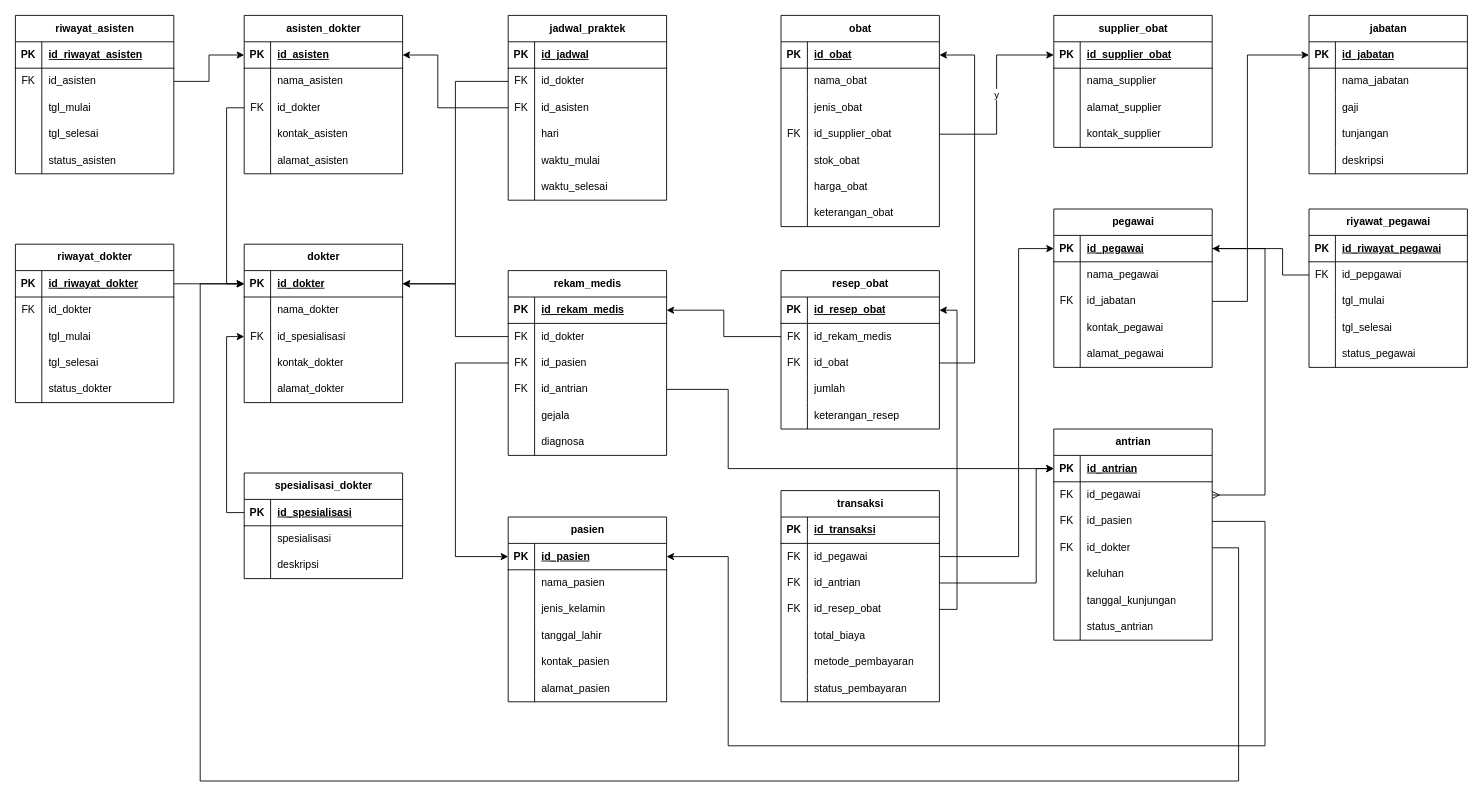
The draw.io diagram PDM_Klinik.drawio in elikawicaksana/BuildIT_BasisData, before the edit. Source tidied: cells renumbered, new cells numbered last; positions are measured from the earlier drawing's top-left corner, leaving out a move shared by most shapes. Both pictures are drawn from the tidied source at 88%, with x=0, y=0 at pixel (15, 15).
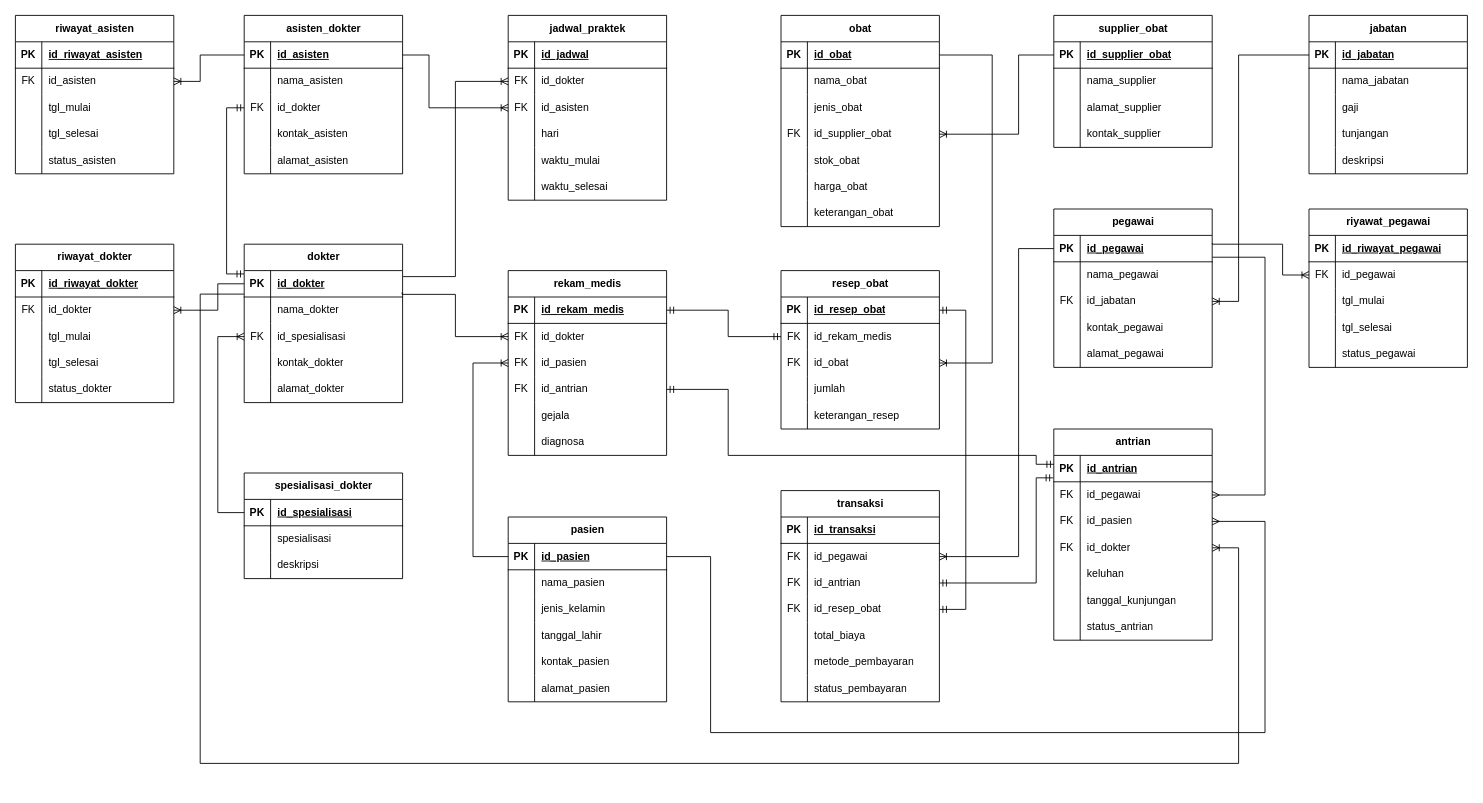
The same page after the edit.

The change refers to these unchanged cells:
```xml
<mxCell id="3" style="shape=tableRow;horizontal=0;startSize=0;swimlaneHead=0;swimlaneBody=0;fillColor=none;points=[[0,0.5],[1,0.5]];portConstraint=eastwest;top=0;left=0;right=0;bottom=1;" parent="2" vertex="1">
<mxCell id="9" style="shape=tableRow;horizontal=0;startSize=0;swimlaneHead=0;swimlaneBody=0;fillColor=none;points=[[0,0.5],[1,0.5]];portConstraint=eastwest;top=0;left=0;right=0;bottom=0;" parent="2" vertex="1">
<mxCell id="19" style="shape=tableRow;horizontal=0;startSize=0;swimlaneHead=0;swimlaneBody=0;fillColor=none;points=[[0,0.5],[1,0.5]];portConstraint=eastwest;top=0;left=0;right=0;bottom=1;" parent="18" vertex="1">
<mxCell id="25" style="shape=tableRow;horizontal=0;startSize=0;swimlaneHead=0;swimlaneBody=0;fillColor=none;points=[[0,0.5],[1,0.5]];portConstraint=eastwest;top=0;left=0;right=0;bottom=0;" parent="18" vertex="1">
<mxCell id="35" style="shape=tableRow;horizontal=0;startSize=0;swimlaneHead=0;swimlaneBody=0;fillColor=none;points=[[0,0.5],[1,0.5]];portConstraint=eastwest;top=0;left=0;right=0;bottom=1;" parent="34" vertex="1">
<mxCell id="48" style="shape=tableRow;horizontal=0;startSize=0;swimlaneHead=0;swimlaneBody=0;fillColor=none;points=[[0,0.5],[1,0.5]];portConstraint=eastwest;top=0;left=0;right=0;bottom=0;" parent="44" vertex="1">
<mxCell id="51" style="shape=tableRow;horizontal=0;startSize=0;swimlaneHead=0;swimlaneBody=0;fillColor=none;points=[[0,0.5],[1,0.5]];portConstraint=eastwest;top=0;left=0;right=0;bottom=0;" parent="44" vertex="1">
<mxCell id="64" style="shape=tableRow;horizontal=0;startSize=0;swimlaneHead=0;swimlaneBody=0;fillColor=none;points=[[0,0.5],[1,0.5]];portConstraint=eastwest;top=0;left=0;right=0;bottom=1;" parent="63" vertex="1">
<mxCell id="83" style="shape=tableRow;horizontal=0;startSize=0;swimlaneHead=0;swimlaneBody=0;fillColor=none;points=[[0,0.5],[1,0.5]];portConstraint=eastwest;top=0;left=0;right=0;bottom=1;" parent="82" vertex="1">
<mxCell id="89" style="shape=tableRow;horizontal=0;startSize=0;swimlaneHead=0;swimlaneBody=0;fillColor=none;points=[[0,0.5],[1,0.5]];portConstraint=eastwest;top=0;left=0;right=0;bottom=0;" parent="82" vertex="1">
<mxCell id="99" style="shape=tableRow;horizontal=0;startSize=0;swimlaneHead=0;swimlaneBody=0;fillColor=none;points=[[0,0.5],[1,0.5]];portConstraint=eastwest;top=0;left=0;right=0;bottom=1;" parent="98" vertex="1">
<mxCell id="115" style="shape=tableRow;horizontal=0;startSize=0;swimlaneHead=0;swimlaneBody=0;fillColor=none;points=[[0,0.5],[1,0.5]];portConstraint=eastwest;top=0;left=0;right=0;bottom=1;" parent="114" vertex="1">
<mxCell id="118" style="shape=tableRow;horizontal=0;startSize=0;swimlaneHead=0;swimlaneBody=0;fillColor=none;points=[[0,0.5],[1,0.5]];portConstraint=eastwest;top=0;left=0;right=0;bottom=0;" parent="114" vertex="1">
<mxCell id="121" style="shape=tableRow;horizontal=0;startSize=0;swimlaneHead=0;swimlaneBody=0;fillColor=none;points=[[0,0.5],[1,0.5]];portConstraint=eastwest;top=0;left=0;right=0;bottom=0;" parent="114" vertex="1">
<mxCell id="124" style="shape=tableRow;horizontal=0;startSize=0;swimlaneHead=0;swimlaneBody=0;fillColor=none;points=[[0,0.5],[1,0.5]];portConstraint=eastwest;top=0;left=0;right=0;bottom=0;" parent="114" vertex="1">
<mxCell id="134" style="shape=tableRow;horizontal=0;startSize=0;swimlaneHead=0;swimlaneBody=0;fillColor=none;points=[[0,0.5],[1,0.5]];portConstraint=eastwest;top=0;left=0;right=0;bottom=1;" parent="133" vertex="1">
<mxCell id="137" style="shape=tableRow;horizontal=0;startSize=0;swimlaneHead=0;swimlaneBody=0;fillColor=none;points=[[0,0.5],[1,0.5]];portConstraint=eastwest;top=0;left=0;right=0;bottom=0;" parent="133" vertex="1">
<mxCell id="140" style="shape=tableRow;horizontal=0;startSize=0;swimlaneHead=0;swimlaneBody=0;fillColor=none;points=[[0,0.5],[1,0.5]];portConstraint=eastwest;top=0;left=0;right=0;bottom=0;" parent="133" vertex="1">
<mxCell id="143" style="shape=tableRow;horizontal=0;startSize=0;swimlaneHead=0;swimlaneBody=0;fillColor=none;points=[[0,0.5],[1,0.5]];portConstraint=eastwest;top=0;left=0;right=0;bottom=0;" parent="133" vertex="1">
<mxCell id="156" style="shape=tableRow;horizontal=0;startSize=0;swimlaneHead=0;swimlaneBody=0;fillColor=none;points=[[0,0.5],[1,0.5]];portConstraint=eastwest;top=0;left=0;right=0;bottom=1;" parent="155" vertex="1">
<mxCell id="165" style="shape=tableRow;horizontal=0;startSize=0;swimlaneHead=0;swimlaneBody=0;fillColor=none;points=[[0,0.5],[1,0.5]];portConstraint=eastwest;top=0;left=0;right=0;bottom=0;" parent="155" vertex="1">
<mxCell id="178" style="shape=tableRow;horizontal=0;startSize=0;swimlaneHead=0;swimlaneBody=0;fillColor=none;points=[[0,0.5],[1,0.5]];portConstraint=eastwest;top=0;left=0;right=0;bottom=1;" parent="177" vertex="1">
<mxCell id="191" style="shape=tableRow;horizontal=0;startSize=0;swimlaneHead=0;swimlaneBody=0;fillColor=none;points=[[0,0.5],[1,0.5]];portConstraint=eastwest;top=0;left=0;right=0;bottom=1;" parent="190" vertex="1">
<mxCell id="194" style="shape=tableRow;horizontal=0;startSize=0;swimlaneHead=0;swimlaneBody=0;fillColor=none;points=[[0,0.5],[1,0.5]];portConstraint=eastwest;top=0;left=0;right=0;bottom=0;" parent="190" vertex="1">
<mxCell id="197" style="shape=tableRow;horizontal=0;startSize=0;swimlaneHead=0;swimlaneBody=0;fillColor=none;points=[[0,0.5],[1,0.5]];portConstraint=eastwest;top=0;left=0;right=0;bottom=0;" parent="190" vertex="1">
<mxCell id="210" style="shape=tableRow;horizontal=0;startSize=0;swimlaneHead=0;swimlaneBody=0;fillColor=none;points=[[0,0.5],[1,0.5]];portConstraint=eastwest;top=0;left=0;right=0;bottom=0;" parent="206" vertex="1">
<mxCell id="213" style="shape=tableRow;horizontal=0;startSize=0;swimlaneHead=0;swimlaneBody=0;fillColor=none;points=[[0,0.5],[1,0.5]];portConstraint=eastwest;top=0;left=0;right=0;bottom=0;" parent="206" vertex="1">
<mxCell id="216" style="shape=tableRow;horizontal=0;startSize=0;swimlaneHead=0;swimlaneBody=0;fillColor=none;points=[[0,0.5],[1,0.5]];portConstraint=eastwest;top=0;left=0;right=0;bottom=0;" parent="206" vertex="1">
<mxCell id="233" style="shape=tableRow;horizontal=0;startSize=0;swimlaneHead=0;swimlaneBody=0;fillColor=none;points=[[0,0.5],[1,0.5]];portConstraint=eastwest;top=0;left=0;right=0;bottom=0;" parent="229" vertex="1">
<mxCell id="250" style="shape=tableRow;horizontal=0;startSize=0;swimlaneHead=0;swimlaneBody=0;fillColor=none;points=[[0,0.5],[1,0.5]];portConstraint=eastwest;top=0;left=0;right=0;bottom=0;" parent="246" vertex="1">
<mxCell id="264" style="shape=tableRow;horizontal=0;startSize=0;swimlaneHead=0;swimlaneBody=0;fillColor=none;points=[[0,0.5],[1,0.5]];portConstraint=eastwest;top=0;left=0;right=0;bottom=1;" parent="263" vertex="1">
<mxCell id="267" style="shape=tableRow;horizontal=0;startSize=0;swimlaneHead=0;swimlaneBody=0;fillColor=none;points=[[0,0.5],[1,0.5]];portConstraint=eastwest;top=0;left=0;right=0;bottom=0;" parent="263" vertex="1">
```

Change to the diagram source:
```diff
@@
-    <mxCell id="228" style="edgeStyle=orthogonalEdgeStyle;rounded=0;jettySize=auto;html=1;exitX=1;exitY=0.5;exitDx=0;exitDy=0;entryX=1;entryY=0.5;entryDx=0;entryDy=0;endArrow=ERmany;endFill=0;" parent="1" edge="1" source="83" target="137">
+    <mxCell id="228" style="edgeStyle=orthogonalEdgeStyle;rounded=0;jettySize=auto;html=1;exitX=1.001;exitY=0.827;exitDx=0;exitDy=0;entryX=1;entryY=0.5;entryDx=0;entryDy=0;endArrow=ERmany;endFill=0;exitPerimeter=0;" parent="1" edge="1" source="83" target="137">
       <mxGeometry relative="1" as="geometry">
         <Array as="points">
-          <mxPoint x="1420" y="265" />
+          <mxPoint x="1420" y="275" />
           <mxPoint x="1420" y="545" />
         </Array>
       </mxGeometry>
     </mxCell>
@@
-    <mxCell id="235" value="id_pepgawai" style="shape=partialRectangle;fillColor=none;top=0;left=0;bottom=0;right=0;align=left;spacingLeft=6;overflow=hidden;whiteSpace=wrap;html=1;" parent="233" vertex="1">
+    <mxCell id="235" value="id_pegawai" style="shape=partialRectangle;fillColor=none;top=0;left=0;bottom=0;right=0;align=left;spacingLeft=6;overflow=hidden;whiteSpace=wrap;html=1;" parent="233" vertex="1">
       <mxGeometry x="30" width="150" height="30" as="geometry" />
     </mxCell>
@@
-    <mxCell id="245" style="edgeStyle=orthogonalEdgeStyle;rounded=0;jettySize=auto;html=1;entryX=1;entryY=0.5;entryDx=0;entryDy=0;" parent="1" edge="1" source="233" target="83">
-      <mxGeometry relative="1" as="geometry">
-        <Array as="points">
-          <mxPoint x="1440" y="295" />
-          <mxPoint x="1440" y="265" />
-        </Array>
-      </mxGeometry>
-    </mxCell>
@@
-    <mxCell id="262" style="edgeStyle=orthogonalEdgeStyle;rounded=0;jettySize=auto;html=1;entryX=0;entryY=0.5;entryDx=0;entryDy=0;" parent="1" edge="1" source="250" target="19">
-      <mxGeometry relative="1" as="geometry" />
-    </mxCell>
@@
-    <mxCell id="279" style="edgeStyle=orthogonalEdgeStyle;rounded=0;jettySize=auto;html=1;entryX=0;entryY=0.5;entryDx=0;entryDy=0;" parent="1" edge="1" source="264" target="3">
-      <mxGeometry relative="1" as="geometry" />
-    </mxCell>
-    <mxCell id="280" style="edgeStyle=orthogonalEdgeStyle;rounded=0;jettySize=auto;html=1;entryX=0;entryY=0.5;entryDx=0;entryDy=0;" parent="1" edge="1" source="25" target="3">
-      <mxGeometry relative="1" as="geometry">
-        <Array as="points">
-          <mxPoint x="240" y="105" />
-          <mxPoint x="240" y="305" />
-        </Array>
-      </mxGeometry>
-    </mxCell>
+    <mxCell id="296" style="edgeStyle=orthogonalEdgeStyle;fontSize=12;html=1;endArrow=ERmandOne;startArrow=ERmandOne;rounded=0;entryX=0;entryY=0.5;entryDx=0;entryDy=0;exitX=-0.001;exitY=0.127;exitDx=0;exitDy=0;exitPerimeter=0;" parent="1" edge="1" source="3" target="25">
+      <mxGeometry relative="1" as="geometry">
+        <Array as="points">
+          <mxPoint x="240" y="294" />
+          <mxPoint x="240" y="105" />
+        </Array>
+      </mxGeometry>
+    </mxCell>
-    <mxCell id="281" style="edgeStyle=orthogonalEdgeStyle;rounded=0;jettySize=auto;html=1;exitX=0;exitY=0.5;exitDx=0;exitDy=0;entryX=0;entryY=0.5;entryDx=0;entryDy=0;" parent="1" edge="1" source="35" target="9">
-      <mxGeometry relative="1" as="geometry" />
+    <mxCell id="281" style="edgeStyle=orthogonalEdgeStyle;fontSize=12;html=1;endArrow=ERoneToMany;rounded=0;entryX=0;entryY=0.5;entryDx=0;entryDy=0;exitX=0;exitY=0.5;exitDx=0;exitDy=0;" parent="1" edge="1" source="35" target="9">
+      <mxGeometry relative="1" as="geometry">
+        <Array as="points">
+          <mxPoint x="230" y="565" />
+          <mxPoint x="230" y="365" />
+        </Array>
+      </mxGeometry>
     </mxCell>
-    <mxCell id="282" style="edgeStyle=orthogonalEdgeStyle;rounded=0;jettySize=auto;html=1;entryX=1;entryY=0.5;entryDx=0;entryDy=0;" parent="1" edge="1" source="51" target="19">
-      <mxGeometry relative="1" as="geometry">
-        <Array as="points">
-          <mxPoint x="480" y="105" />
-          <mxPoint x="480" y="45" />
-        </Array>
-      </mxGeometry>
-    </mxCell>
-    <mxCell id="283" style="edgeStyle=orthogonalEdgeStyle;rounded=0;jettySize=auto;html=1;entryX=1;entryY=0.5;entryDx=0;entryDy=0;" parent="1" edge="1" source="48" target="3">
-      <mxGeometry relative="1" as="geometry" />
-    </mxCell>
-    <mxCell id="284" style="edgeStyle=orthogonalEdgeStyle;rounded=0;jettySize=auto;html=1;entryX=1;entryY=0.5;entryDx=0;entryDy=0;" parent="1" edge="1" source="118" target="3">
-      <mxGeometry relative="1" as="geometry" />
-    </mxCell>
-    <mxCell id="285" style="edgeStyle=orthogonalEdgeStyle;rounded=0;jettySize=auto;html=1;entryX=0;entryY=0.5;entryDx=0;entryDy=0;" parent="1" edge="1" source="121" target="64">
-      <mxGeometry relative="1" as="geometry">
-        <Array as="points">
-          <mxPoint x="500" y="395" />
-          <mxPoint x="500" y="615" />
-        </Array>
-      </mxGeometry>
-    </mxCell>
+    <mxCell id="297" style="edgeStyle=orthogonalEdgeStyle;fontSize=12;html=1;endArrow=ERoneToMany;rounded=0;entryX=1;entryY=0.5;entryDx=0;entryDy=0;exitX=0;exitY=0.5;exitDx=0;exitDy=0;" parent="1" edge="1" source="19" target="250">
+      <mxGeometry relative="1" as="geometry">
+        <Array as="points">
+          <mxPoint x="210" y="45" />
+          <mxPoint x="210" y="75" />
+        </Array>
+      </mxGeometry>
+    </mxCell>
+    <mxCell id="298" style="edgeStyle=orthogonalEdgeStyle;fontSize=12;html=1;endArrow=ERoneToMany;rounded=0;entryX=1;entryY=0.5;entryDx=0;entryDy=0;exitX=0;exitY=0.5;exitDx=0;exitDy=0;" parent="1" edge="1" source="3" target="267">
+      <mxGeometry relative="1" as="geometry">
+        <Array as="points">
+          <mxPoint x="230" y="305" />
+          <mxPoint x="230" y="335" />
+        </Array>
+      </mxGeometry>
+    </mxCell>
+    <mxCell id="299" style="edgeStyle=orthogonalEdgeStyle;fontSize=12;html=1;endArrow=ERoneToMany;rounded=0;entryX=0;entryY=0.5;entryDx=0;entryDy=0;exitX=1;exitY=0.5;exitDx=0;exitDy=0;" parent="1" edge="1" source="19" target="51">
+      <mxGeometry relative="1" as="geometry">
+        <Array as="points">
+          <mxPoint x="470" y="45" />
+          <mxPoint x="470" y="105" />
+        </Array>
+      </mxGeometry>
+    </mxCell>
+    <mxCell id="300" style="edgeStyle=orthogonalEdgeStyle;fontSize=12;html=1;endArrow=ERoneToMany;rounded=0;exitX=1.003;exitY=0.228;exitDx=0;exitDy=0;exitPerimeter=0;entryX=0;entryY=0.5;entryDx=0;entryDy=0;" parent="1" edge="1" source="3" target="48">
+      <mxGeometry relative="1" as="geometry">
+        <Array as="points">
+          <mxPoint x="500" y="297" />
+          <mxPoint x="500" y="75" />
+        </Array>
+      </mxGeometry>
+    </mxCell>
+    <mxCell id="301" style="edgeStyle=orthogonalEdgeStyle;fontSize=12;html=1;endArrow=ERoneToMany;rounded=0;exitX=0.997;exitY=0.827;exitDx=0;exitDy=0;exitPerimeter=0;entryX=0;entryY=0.5;entryDx=0;entryDy=0;" parent="1" edge="1" source="3" target="118">
+      <mxGeometry relative="1" as="geometry">
+        <Array as="points">
+          <mxPoint x="440" y="317" />
+          <mxPoint x="500" y="317" />
+          <mxPoint x="500" y="365" />
+        </Array>
+      </mxGeometry>
+    </mxCell>
+    <mxCell id="302" style="edgeStyle=orthogonalEdgeStyle;fontSize=12;html=1;endArrow=ERoneToMany;rounded=0;entryX=0;entryY=0.5;entryDx=0;entryDy=0;exitX=0;exitY=0.5;exitDx=0;exitDy=0;" parent="1" edge="1" source="64" target="121">
+      <mxGeometry relative="1" as="geometry">
+        <Array as="points">
+          <mxPoint x="520" y="615" />
+          <mxPoint x="520" y="395" />
+        </Array>
+      </mxGeometry>
+    </mxCell>
+    <mxCell id="303" style="edgeStyle=orthogonalEdgeStyle;fontSize=12;html=1;endArrow=ERoneToMany;rounded=0;entryX=1;entryY=0.5;entryDx=0;entryDy=0;exitX=-0.002;exitY=0.891;exitDx=0;exitDy=0;exitPerimeter=0;" parent="1" edge="1" source="3" target="143">
+      <mxGeometry relative="1" as="geometry">
+        <Array as="points">
+          <mxPoint x="210" y="317" />
+          <mxPoint x="210" y="850" />
+          <mxPoint x="1390" y="850" />
+          <mxPoint x="1390" y="605" />
+        </Array>
+      </mxGeometry>
+    </mxCell>
+    <mxCell id="304" style="edgeStyle=orthogonalEdgeStyle;fontSize=12;html=1;endArrow=ERmandOne;startArrow=ERmandOne;rounded=0;entryX=0;entryY=0.5;entryDx=0;entryDy=0;exitX=1;exitY=0.5;exitDx=0;exitDy=0;" parent="1" edge="1" source="115" target="194">
+      <mxGeometry relative="1" as="geometry">
+        <Array as="points">
+          <mxPoint x="810" y="335" />
+          <mxPoint x="810" y="365" />
+        </Array>
+      </mxGeometry>
+    </mxCell>
-    <mxCell id="286" style="edgeStyle=orthogonalEdgeStyle;rounded=0;jettySize=auto;html=1;entryX=0;entryY=0.5;entryDx=0;entryDy=0;" parent="1" edge="1" source="124" target="134">
+    <mxCell id="286" style="edgeStyle=orthogonalEdgeStyle;fontSize=12;html=1;endArrow=ERmandOne;startArrow=ERmandOne;rounded=0;exitX=1;exitY=0.5;exitDx=0;exitDy=0;entryX=0.001;entryY=0.337;entryDx=0;entryDy=0;entryPerimeter=0;" parent="1" edge="1" source="124" target="134">
       <mxGeometry relative="1" as="geometry">
         <Array as="points">
           <mxPoint x="810" y="425" />
-          <mxPoint x="810" y="515" />
+          <mxPoint x="810" y="500" />
+          <mxPoint x="1160" y="500" />
+          <mxPoint x="1160" y="510" />
         </Array>
       </mxGeometry>
     </mxCell>
-    <mxCell id="287" style="edgeStyle=orthogonalEdgeStyle;rounded=0;jettySize=auto;html=1;entryX=0;entryY=0.5;entryDx=0;entryDy=0;" parent="1" edge="1" source="213" target="134">
+    <mxCell id="287" style="edgeStyle=orthogonalEdgeStyle;fontSize=12;html=1;endArrow=ERmandOne;startArrow=ERmandOne;rounded=0;entryX=-0.004;entryY=0.851;entryDx=0;entryDy=0;entryPerimeter=0;exitX=1;exitY=0.5;exitDx=0;exitDy=0;" parent="1" edge="1" source="213" target="134">
       <mxGeometry relative="1" as="geometry">
         <Array as="points">
           <mxPoint x="1160" y="645" />
-          <mxPoint x="1160" y="515" />
+          <mxPoint x="1160" y="526" />
         </Array>
       </mxGeometry>
     </mxCell>
-    <mxCell id="288" style="edgeStyle=orthogonalEdgeStyle;rounded=0;jettySize=auto;html=1;entryX=0;entryY=0.5;entryDx=0;entryDy=0;" parent="1" edge="1" source="210" target="83">
-      <mxGeometry relative="1" as="geometry">
-        <Array as="points">
-          <mxPoint x="1140" y="615" />
-          <mxPoint x="1140" y="265" />
-        </Array>
-      </mxGeometry>
-    </mxCell>
+    <mxCell id="305" style="edgeStyle=orthogonalEdgeStyle;rounded=0;jettySize=auto;html=1;exitX=1;exitY=0.5;exitDx=0;exitDy=0;entryX=1;entryY=0.5;entryDx=0;entryDy=0;endArrow=ERmany;endFill=0;" parent="1" edge="1" source="64" target="140">
+      <mxGeometry relative="1" as="geometry">
+        <Array as="points">
+          <mxPoint x="790" y="615" />
+          <mxPoint x="790" y="815" />
+          <mxPoint x="1420" y="815" />
+          <mxPoint x="1420" y="575" />
+        </Array>
+      </mxGeometry>
+    </mxCell>
+    <mxCell id="306" style="edgeStyle=orthogonalEdgeStyle;fontSize=12;html=1;endArrow=ERoneToMany;rounded=0;exitX=0;exitY=0.5;exitDx=0;exitDy=0;entryX=1;entryY=0.5;entryDx=0;entryDy=0;" parent="1" edge="1" source="178" target="165">
+      <mxGeometry relative="1" as="geometry">
+        <Array as="points">
+          <mxPoint x="1140" y="45" />
+          <mxPoint x="1140" y="135" />
+        </Array>
+      </mxGeometry>
+    </mxCell>
+    <mxCell id="307" style="edgeStyle=orthogonalEdgeStyle;fontSize=12;html=1;endArrow=ERoneToMany;rounded=0;exitX=1;exitY=0.5;exitDx=0;exitDy=0;entryX=1;entryY=0.5;entryDx=0;entryDy=0;" parent="1" edge="1" source="156" target="197">
+      <mxGeometry relative="1" as="geometry">
+        <Array as="points">
+          <mxPoint x="1110" y="45" />
+          <mxPoint x="1110" y="395" />
+        </Array>
+      </mxGeometry>
+    </mxCell>
-    <mxCell id="289" style="edgeStyle=orthogonalEdgeStyle;rounded=0;jettySize=auto;html=1;entryX=1;entryY=0.5;entryDx=0;entryDy=0;" parent="1" edge="1" source="216" target="191">
-      <mxGeometry relative="1" as="geometry">
-        <Array as="points">
-          <mxPoint x="1070" y="675" />
-          <mxPoint x="1070" y="335" />
-        </Array>
-      </mxGeometry>
+    <mxCell id="289" style="edgeStyle=entityRelationEdgeStyle;fontSize=12;html=1;endArrow=ERmandOne;startArrow=ERmandOne;rounded=0;entryX=1;entryY=0.5;entryDx=0;entryDy=0;exitX=1;exitY=0.5;exitDx=0;exitDy=0;" parent="1" edge="1" source="216" target="191">
+      <mxGeometry relative="1" as="geometry" />
     </mxCell>
-    <mxCell id="290" style="edgeStyle=orthogonalEdgeStyle;rounded=0;jettySize=auto;html=1;entryX=1;entryY=0.5;entryDx=0;entryDy=0;" parent="1" edge="1" source="140" target="64">
-      <mxGeometry relative="1" as="geometry">
-        <Array as="points">
-          <mxPoint x="1420" y="575" />
-          <mxPoint x="1420" y="830" />
-          <mxPoint x="810" y="830" />
-          <mxPoint x="810" y="615" />
-        </Array>
-      </mxGeometry>
-    </mxCell>
-    <mxCell id="291" style="edgeStyle=orthogonalEdgeStyle;rounded=0;jettySize=auto;html=1;entryX=0;entryY=0.5;entryDx=0;entryDy=0;" parent="1" edge="1" source="89" target="99">
-      <mxGeometry relative="1" as="geometry">
-        <Array as="points">
-          <mxPoint x="1400" y="325" />
-          <mxPoint x="1400" y="45" />
-        </Array>
-      </mxGeometry>
-    </mxCell>
-    <mxCell id="292" style="edgeStyle=orthogonalEdgeStyle;rounded=0;jettySize=auto;html=1;entryX=0;entryY=0.5;entryDx=0;entryDy=0;" parent="1" edge="1" source="143" target="3">
-      <mxGeometry relative="1" as="geometry">
-        <Array as="points">
-          <mxPoint x="1390" y="605" />
-          <mxPoint x="1390" y="870" />
-          <mxPoint x="210" y="870" />
-          <mxPoint x="210" y="305" />
-        </Array>
-      </mxGeometry>
-    </mxCell>
-    <mxCell id="293" style="edgeStyle=orthogonalEdgeStyle;rounded=0;jettySize=auto;html=1;entryX=1;entryY=0.5;entryDx=0;entryDy=0;" parent="1" edge="1" source="194" target="115">
-      <mxGeometry relative="1" as="geometry" />
-    </mxCell>
-    <mxCell id="294" style="edgeStyle=orthogonalEdgeStyle;rounded=0;jettySize=auto;html=1;entryX=1;entryY=0.5;entryDx=0;entryDy=0;" parent="1" edge="1" source="197" target="156">
-      <mxGeometry relative="1" as="geometry">
-        <Array as="points">
-          <mxPoint x="1090" y="395" />
-          <mxPoint x="1090" y="45" />
-        </Array>
-      </mxGeometry>
-    </mxCell>
-    <mxCell id="295" value="y" style="edgeStyle=orthogonalEdgeStyle;rounded=0;jettySize=auto;html=1;entryX=0;entryY=0.5;entryDx=0;entryDy=0;" parent="1" edge="1" source="165" target="178">
-      <mxGeometry relative="1" as="geometry" />
-    </mxCell>
+    <mxCell id="308" style="edgeStyle=orthogonalEdgeStyle;fontSize=12;html=1;endArrow=ERoneToMany;rounded=0;exitX=0;exitY=0.5;exitDx=0;exitDy=0;entryX=1;entryY=0.5;entryDx=0;entryDy=0;" parent="1" edge="1" source="83" target="210">
+      <mxGeometry relative="1" as="geometry">
+        <Array as="points">
+          <mxPoint x="1140" y="265" />
+          <mxPoint x="1140" y="615" />
+        </Array>
+      </mxGeometry>
+    </mxCell>
+    <mxCell id="309" style="edgeStyle=orthogonalEdgeStyle;fontSize=12;html=1;endArrow=ERoneToMany;rounded=0;entryX=0;entryY=0.5;entryDx=0;entryDy=0;" parent="1" edge="1" target="233">
+      <mxGeometry relative="1" as="geometry">
+        <mxPoint x="1360" y="259" as="sourcePoint" />
+        <Array as="points">
+          <mxPoint x="1440" y="260" />
+          <mxPoint x="1440" y="295" />
+        </Array>
+      </mxGeometry>
+    </mxCell>
+    <mxCell id="310" style="edgeStyle=orthogonalEdgeStyle;fontSize=12;html=1;endArrow=ERoneToMany;rounded=0;entryX=1;entryY=0.5;entryDx=0;entryDy=0;exitX=0;exitY=0.5;exitDx=0;exitDy=0;" parent="1" edge="1" source="99" target="89">
+      <mxGeometry relative="1" as="geometry">
+        <Array as="points">
+          <mxPoint x="1390" y="45" />
+          <mxPoint x="1390" y="325" />
+        </Array>
+      </mxGeometry>
+    </mxCell>
```
